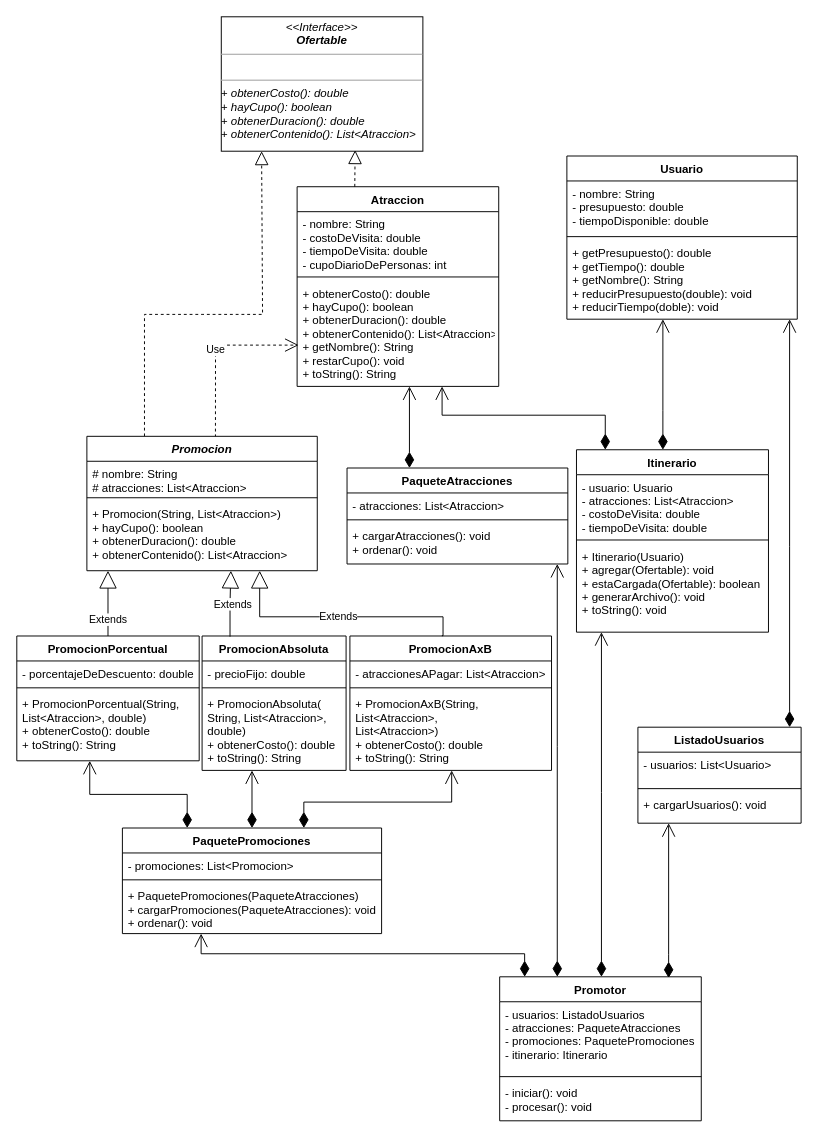
This is UML/TierraMedia.drawio from telejam/Turismo-en-la-Tierra-Media-1, a draw.io file, before an edit. Source tidied: cells renumbered, new cells numbered last; positions are measured from the earlier drawing's top-left corner, leaving out a move shared by most shapes. Both pictures are drawn from the tidied source at 96%, with x=0, y=0 at pixel (16, 16).
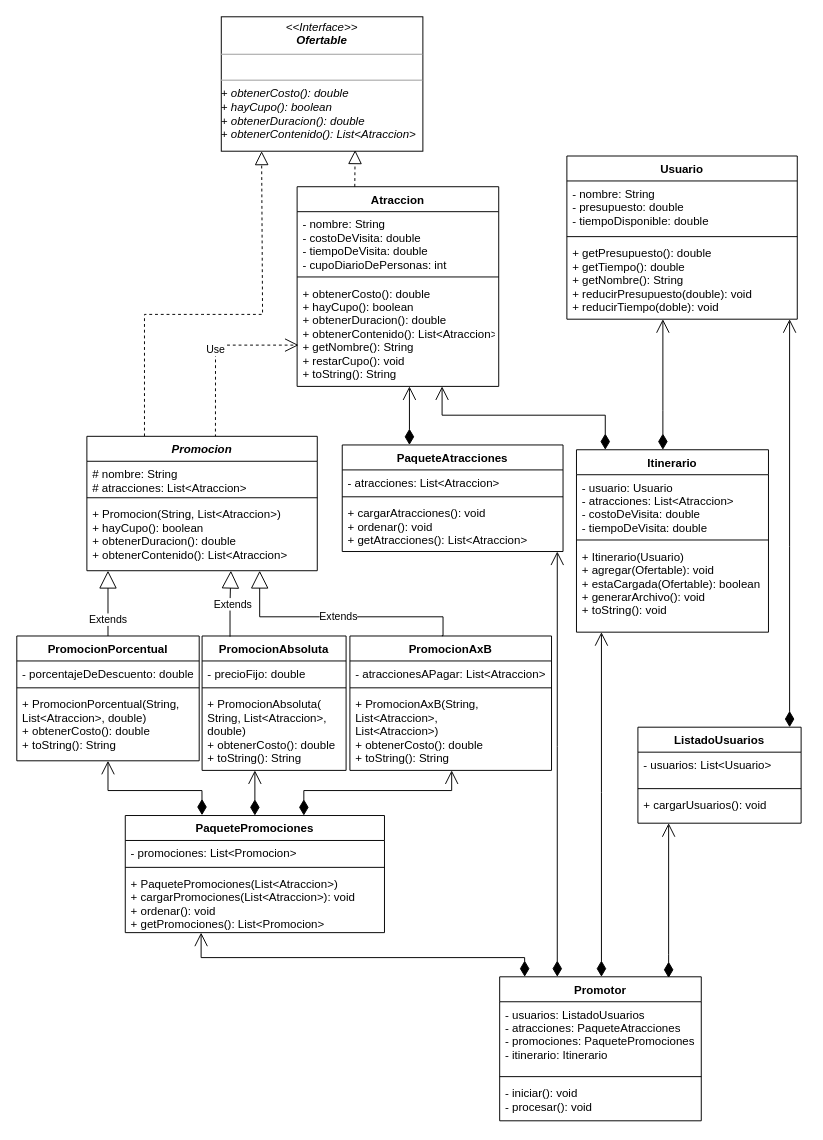
The same page after the edit.

Unchanged cells that the change refers to:
```xml
<mxCell id="14" value="PromocionPorcentual" style="swimlane;fontStyle=1;align=center;verticalAlign=top;horizontal=1;startSize=26;" parent="1" vertex="1">
  <mxGeometry y="645" width="190" height="130" as="geometry" />
</mxCell>
<mxCell id="22" value="PromocionAxB" style="swimlane;fontStyle=1;align=center;verticalAlign=top;horizontal=1;startSize=26;" parent="1" vertex="1">
  <mxGeometry x="347" y="645" width="210" height="140" as="geometry" />
</mxCell>
<mxCell id="31" value="Promotor" style="swimlane;fontStyle=1;align=center;verticalAlign=top;horizontal=1;startSize=26;" parent="1" vertex="1">
  <mxGeometry x="503" y="1000" width="210" height="150" as="geometry" />
</mxCell>
```

Change to the diagram source:
```diff
@@
     <mxCell id="35" value="PaqueteAtracciones" style="swimlane;fontStyle=1;align=center;verticalAlign=top;horizontal=1;startSize=26;" parent="1" vertex="1">
-      <mxGeometry x="344" y="470" width="230" height="100" as="geometry" />
+      <mxGeometry x="339" y="446" width="230" height="111" as="geometry" />
     </mxCell>
@@
-    <mxCell id="38" value="+ cargarAtracciones(): void&#10;+ ordenar(): void" style="text;strokeColor=none;fillColor=none;align=left;verticalAlign=top;spacingLeft=4;spacingRight=4;overflow=hidden;" parent="35" vertex="1">
-      <mxGeometry y="58" width="230" height="42" as="geometry" />
+    <mxCell id="38" value="+ cargarAtracciones(): void&#10;+ ordenar(): void&#10;+ getAtracciones(): List&lt;Atraccion&gt;" style="text;strokeColor=none;fillColor=none;align=left;verticalAlign=top;spacingLeft=4;spacingRight=4;overflow=hidden;" parent="35" vertex="1">
+      <mxGeometry y="58" width="230" height="53" as="geometry" />
     </mxCell>
     <mxCell id="39" value="PaquetePromociones" style="swimlane;fontStyle=1;align=center;verticalAlign=top;horizontal=1;startSize=26;" parent="1" vertex="1">
-      <mxGeometry x="110" y="845" width="270" height="110" as="geometry" />
+      <mxGeometry x="113" y="832" width="270" height="122" as="geometry" />
     </mxCell>
@@
-    <mxCell id="42" value="+ PaquetePromociones(PaqueteAtracciones)&#10;+ cargarPromociones(PaqueteAtracciones): void&#10;+ ordenar(): void" style="text;strokeColor=none;fillColor=none;align=left;verticalAlign=top;spacingLeft=4;spacingRight=4;overflow=hidden;" parent="39" vertex="1">
-      <mxGeometry y="58" width="270" height="52" as="geometry" />
+    <mxCell id="42" value="+ PaquetePromociones(List&lt;Atraccion&gt;)&#10;+ cargarPromociones(List&lt;Atraccion&gt;): void&#10;+ ordenar(): void&#10;+ getPromociones(): List&lt;Promocion&gt;" style="text;strokeColor=none;fillColor=none;align=left;verticalAlign=top;spacingLeft=4;spacingRight=4;overflow=hidden;" parent="39" vertex="1">
+      <mxGeometry y="58" width="270" height="64" as="geometry" />
     </mxCell>
@@
     <mxCell id="50" style="endArrow=open;html=1;endSize=12;startArrow=diamondThin;startSize=14;startFill=1;edgeStyle=orthogonalEdgeStyle;align=left;verticalAlign=bottom;rounded=0;exitX=0.124;exitY=0;exitDx=0;exitDy=0;exitPerimeter=0;" parent="1" edge="1" source="31" target="39">
       <mxGeometry x="-1" y="3" relative="1" as="geometry">
         <Array as="points">
-          <mxPoint x="529" y="976" />
-          <mxPoint x="192" y="976" />
+          <mxPoint x="529" y="980" />
+          <mxPoint x="192" y="980" />
         </Array>
       </mxGeometry>
     </mxCell>
@@
     <mxCell id="52" style="endArrow=open;html=1;endSize=12;startArrow=diamondThin;startSize=14;startFill=1;edgeStyle=orthogonalEdgeStyle;align=left;verticalAlign=bottom;rounded=0;" parent="1" edge="1" source="39" target="22">
       <mxGeometry x="-1" y="3" relative="1" as="geometry">
         <Array as="points">
-          <mxPoint x="299" y="818" />
-          <mxPoint x="453" y="818" />
+          <mxPoint x="299" y="806" />
+          <mxPoint x="453" y="806" />
         </Array>
       </mxGeometry>
     </mxCell>
-    <mxCell id="53" style="endArrow=open;html=1;endSize=12;startArrow=diamondThin;startSize=14;startFill=1;edgeStyle=orthogonalEdgeStyle;align=left;verticalAlign=bottom;rounded=0;exitX=0.25;exitY=0;exitDx=0;exitDy=0;" parent="1" edge="1" source="39" target="14">
-      <mxGeometry x="-1" y="3" relative="1" as="geometry">
+    <mxCell id="53" style="endArrow=open;html=1;endSize=12;startArrow=diamondThin;startSize=14;startFill=1;edgeStyle=orthogonalEdgeStyle;align=left;verticalAlign=bottom;rounded=0;exitX=0.296;exitY=-0.003;exitDx=0;exitDy=0;exitPerimeter=0;" parent="1" edge="1" source="39" target="14">
+      <mxGeometry relative="1" as="geometry">
         <Array as="points">
-          <mxPoint x="177" y="810" />
-          <mxPoint x="76" y="810" />
+          <mxPoint x="193" y="806" />
+          <mxPoint x="95" y="806" />
         </Array>
       </mxGeometry>
     </mxCell>
```
